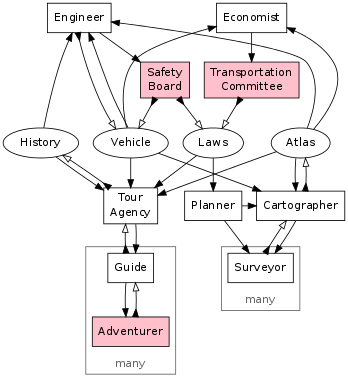
Above: doc/architecture.png in fritzo/pomagma (Graphviz), before the change. Its source is kept beside it as doc/architecture.dot.
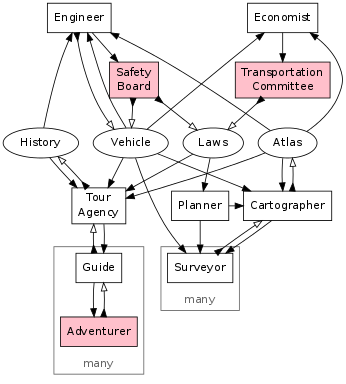
Above is the later version.

Commit message:
Tweak architecture diagram

Change to the diagram source:
```diff
@@ -60,6 +60,7 @@
 	edge [dir=forward arrowhead=normal]; // pull
 	Atlas -> Cartographer;
 	Vehicle -> Cartographer;
+	Vehicle -> Surveyor;
 	Cartographer -> Surveyor;
 	edge [dir=both arrowtail=inv arrowhead=empty]; // push
 	Surveyor -> Cartographer;
```
